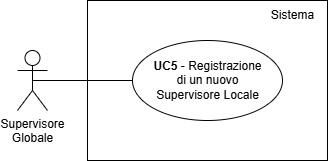
Above: documents/rtb/assets/UC5.png in teamcodealchemists/docs (draw.io), before the change. Source tidied: cells renumbered, new cells last; positions are measured from the earlier drawing's top-left corner, leaving out a move shared by most shapes. Source of this version:
```xml
<mxGraphModel>
  <root>
    <mxCell id="0" />
    <mxCell id="1" parent="0" />
    <mxCell id="2" value="Supervisore&lt;div&gt;Globale&lt;/div&gt;" style="shape=umlActor;verticalLabelPosition=bottom;verticalAlign=top;html=1;outlineConnect=0;" parent="1" vertex="1">
      <mxGeometry y="50" width="30" height="60" as="geometry" />
    </mxCell>
    <mxCell id="3" style="rounded=0;whiteSpace=wrap;html=1;" parent="1" vertex="1">
      <mxGeometry x="70" width="240" height="160" as="geometry" />
    </mxCell>
    <mxCell id="4" value="Sistema" style="text;html=1;align=center;verticalAlign=middle;strokeColor=none;fillColor=none;" parent="1" vertex="1">
      <mxGeometry x="240" width="70" height="30" as="geometry" />
    </mxCell>
    <mxCell id="5" style="ellipse;whiteSpace=wrap;html=1;fontStyle=1;" parent="1" vertex="1">
      <mxGeometry x="115" y="40" width="150" height="80" as="geometry" />
    </mxCell>
    <mxCell id="6" value="&lt;b&gt;UC5 &lt;/b&gt;- Registrazione&lt;div&gt;di&amp;nbsp;&lt;span style=&quot;background-color: transparent; color: light-dark(rgb(0, 0, 0), rgb(255, 255, 255));&quot;&gt;un nuovo&lt;/span&gt;&lt;/div&gt;&lt;div&gt;Supervisore Locale&lt;/div&gt;" style="text;html=1;align=center;verticalAlign=middle;strokeColor=none;fillColor=none;" parent="1" vertex="1">
      <mxGeometry x="125" y="50" width="130" height="60" as="geometry" />
    </mxCell>
    <mxCell id="7" style="endArrow=none;html=1;rounded=0;entryX=0;entryY=0.5;entryDx=0;entryDy=0;exitX=0.5;exitY=0.5;exitDx=0;exitDy=0;exitPerimeter=0;" parent="1" edge="1" source="2" target="5">
      <mxGeometry relative="1" as="geometry" />
    </mxCell>
  </root>
</mxGraphModel>
```
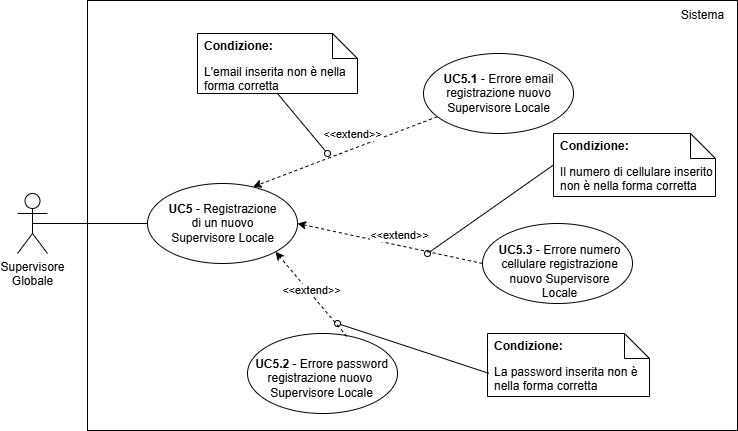
Later version of the same file.

What changed in the source:
```diff
@@ -3,22 +3,97 @@
     <mxCell id="0" />
     <mxCell id="1" parent="0" />
     <mxCell id="2" value="Supervisore&lt;div&gt;Globale&lt;/div&gt;" style="shape=umlActor;verticalLabelPosition=bottom;verticalAlign=top;html=1;outlineConnect=0;" parent="1" vertex="1">
-      <mxGeometry y="50" width="30" height="60" as="geometry" />
+      <mxGeometry x="-220" y="140" width="30" height="60" as="geometry" />
     </mxCell>
     <mxCell id="3" style="rounded=0;whiteSpace=wrap;html=1;" parent="1" vertex="1">
-      <mxGeometry x="70" width="240" height="160" as="geometry" />
+      <mxGeometry x="-150" y="-53" width="650" height="430" as="geometry" />
     </mxCell>
     <mxCell id="4" value="Sistema" style="text;html=1;align=center;verticalAlign=middle;strokeColor=none;fillColor=none;" parent="1" vertex="1">
-      <mxGeometry x="240" width="70" height="30" as="geometry" />
+      <mxGeometry x="430" y="-53" width="70" height="30" as="geometry" />
     </mxCell>
     <mxCell id="5" style="ellipse;whiteSpace=wrap;html=1;fontStyle=1;" parent="1" vertex="1">
-      <mxGeometry x="115" y="40" width="150" height="80" as="geometry" />
+      <mxGeometry x="-90" y="130" width="150" height="80" as="geometry" />
     </mxCell>
     <mxCell id="6" value="&lt;b&gt;UC5 &lt;/b&gt;- Registrazione&lt;div&gt;di&amp;nbsp;&lt;span style=&quot;background-color: transparent; color: light-dark(rgb(0, 0, 0), rgb(255, 255, 255));&quot;&gt;un nuovo&lt;/span&gt;&lt;/div&gt;&lt;div&gt;Supervisore Locale&lt;/div&gt;" style="text;html=1;align=center;verticalAlign=middle;strokeColor=none;fillColor=none;" parent="1" vertex="1">
-      <mxGeometry x="125" y="50" width="130" height="60" as="geometry" />
+      <mxGeometry x="-80" y="140" width="130" height="60" as="geometry" />
     </mxCell>
     <mxCell id="7" style="endArrow=none;html=1;rounded=0;entryX=0;entryY=0.5;entryDx=0;entryDy=0;exitX=0.5;exitY=0.5;exitDx=0;exitDy=0;exitPerimeter=0;" parent="1" edge="1" source="2" target="5">
       <mxGeometry relative="1" as="geometry" />
     </mxCell>
+    <mxCell id="8" style="rounded=0;jettySize=auto;html=1;entryX=0.704;entryY=0.041;entryDx=0;entryDy=0;dashed=1;entryPerimeter=0;" parent="1" edge="1" source="10" target="5">
+      <mxGeometry relative="1" as="geometry" />
+    </mxCell>
+    <mxCell id="9" value="&amp;lt;&amp;lt;extend&amp;gt;&amp;gt;" style="edgeLabel;html=1;align=center;verticalAlign=middle;" parent="8" vertex="1">
+      <mxGeometry x="-0.17" y="-3" relative="1" as="geometry">
+        <mxPoint x="-8" y="-9" as="offset" />
+      </mxGeometry>
+    </mxCell>
+    <mxCell id="10" style="ellipse;whiteSpace=wrap;html=1;fontStyle=1;" parent="1" vertex="1">
+      <mxGeometry x="186" width="150" height="80" as="geometry" />
+    </mxCell>
+    <mxCell id="11" value="&lt;b&gt;UC5.1&amp;nbsp;&lt;/b&gt;- Errore email&lt;div&gt;registrazione nuovo&lt;/div&gt;&lt;div&gt;Supervisore Locale&lt;/div&gt;" style="text;html=1;align=center;verticalAlign=middle;strokeColor=none;fillColor=none;" parent="1" vertex="1">
+      <mxGeometry x="196" y="10" width="130" height="60" as="geometry" />
+    </mxCell>
+    <mxCell id="12" value="L'email inserita non è nella forma corretta" style="shape=note2;boundedLbl=1;whiteSpace=wrap;html=1;size=25;verticalAlign=top;align=left;spacingLeft=5;" parent="1" vertex="1">
+      <mxGeometry x="-40" y="-20" width="160" height="60" as="geometry" />
+    </mxCell>
+    <mxCell id="13" value="&lt;b&gt;Condizione:&lt;/b&gt;" style="strokeColor=none;fillColor=none;align=left;spacingLeft=5;whiteSpace=wrap;html=1;" parent="12" vertex="1">
+      <mxGeometry width="160" height="25" relative="1" as="geometry" />
+    </mxCell>
+    <mxCell id="14" style="rounded=0;jettySize=auto;html=1;endArrow=oval;endFill=0;exitX=0.5;exitY=1;exitDx=0;exitDy=0;exitPerimeter=0;" parent="1" edge="1" source="12">
+      <mxGeometry relative="1" as="geometry">
+        <mxPoint x="90" y="100" as="targetPoint" />
+      </mxGeometry>
+    </mxCell>
+    <mxCell id="15" style="ellipse;whiteSpace=wrap;html=1;fontStyle=1;" parent="1" vertex="1">
+      <mxGeometry x="245" y="170" width="150" height="80" as="geometry" />
+    </mxCell>
+    <mxCell id="16" value="&lt;b&gt;UC5.3&amp;nbsp;&lt;/b&gt;- Errore numero&lt;div&gt;cellulare registrazione&lt;/div&gt;&lt;div&gt;nuovo Supervisore&lt;/div&gt;&lt;div&gt;Locale&lt;/div&gt;" style="text;html=1;align=center;verticalAlign=middle;strokeColor=none;fillColor=none;" parent="1" vertex="1">
+      <mxGeometry x="247" y="183" width="150" height="70" as="geometry" />
+    </mxCell>
+    <mxCell id="17" value="La password inserita non è nella forma corretta" style="shape=note2;boundedLbl=1;whiteSpace=wrap;html=1;size=25;verticalAlign=top;align=left;spacingLeft=5;" parent="1" vertex="1">
+      <mxGeometry x="250" y="280" width="162" height="63" as="geometry" />
+    </mxCell>
+    <mxCell id="18" value="&lt;b&gt;Condizione:&lt;/b&gt;" style="strokeColor=none;fillColor=none;align=left;spacingLeft=5;whiteSpace=wrap;html=1;" parent="17" vertex="1">
+      <mxGeometry width="162" height="25" relative="1" as="geometry" />
+    </mxCell>
+    <mxCell id="19" style="ellipse;whiteSpace=wrap;html=1;fontStyle=1;" parent="1" vertex="1">
+      <mxGeometry x="10" y="280" width="150" height="80" as="geometry" />
+    </mxCell>
+    <mxCell id="20" value="&lt;b&gt;UC5.2&amp;nbsp;&lt;/b&gt;- Errore password&lt;div&gt;registrazione nuovo&amp;nbsp;&lt;/div&gt;&lt;div&gt;Supervisore Locale&lt;/div&gt;" style="text;html=1;align=center;verticalAlign=middle;strokeColor=none;fillColor=none;" parent="1" vertex="1">
+      <mxGeometry x="4" y="295" width="160" height="60" as="geometry" />
+    </mxCell>
+    <mxCell id="21" style="rounded=0;jettySize=auto;html=1;entryX=1;entryY=0.5;entryDx=0;entryDy=0;dashed=1;exitX=0;exitY=0.5;exitDx=0;exitDy=0;" parent="1" edge="1" source="15" target="5">
+      <mxGeometry relative="1" as="geometry" />
+    </mxCell>
+    <mxCell id="22" value="&amp;lt;&amp;lt;extend&amp;gt;&amp;gt;" style="edgeLabel;html=1;align=center;verticalAlign=middle;" parent="21" vertex="1">
+      <mxGeometry x="-0.17" y="-3" relative="1" as="geometry">
+        <mxPoint x="-8" y="-9" as="offset" />
+      </mxGeometry>
+    </mxCell>
+    <mxCell id="23" style="rounded=0;jettySize=auto;html=1;dashed=1;exitX=0.662;exitY=0.036;exitDx=0;exitDy=0;entryX=1;entryY=1;entryDx=0;entryDy=0;exitPerimeter=0;" parent="1" edge="1" source="19" target="5">
+      <mxGeometry relative="1" as="geometry" />
+    </mxCell>
+    <mxCell id="24" value="&amp;lt;&amp;lt;extend&amp;gt;&amp;gt;" style="edgeLabel;html=1;align=center;verticalAlign=middle;" parent="23" vertex="1">
+      <mxGeometry x="-0.17" y="-3" relative="1" as="geometry">
+        <mxPoint x="-8" y="-9" as="offset" />
+      </mxGeometry>
+    </mxCell>
+    <mxCell id="25" style="rounded=0;jettySize=auto;html=1;endArrow=oval;endFill=0;exitX=0.009;exitY=0.633;exitDx=0;exitDy=0;exitPerimeter=0;" parent="1" edge="1" source="17">
+      <mxGeometry relative="1" as="geometry">
+        <mxPoint x="100" y="270" as="targetPoint" />
+      </mxGeometry>
+    </mxCell>
+    <mxCell id="26" value="Il numero di cellulare inserito non è nella forma corretta" style="shape=note2;boundedLbl=1;whiteSpace=wrap;html=1;size=25;verticalAlign=top;align=left;spacingLeft=5;" parent="1" vertex="1">
+      <mxGeometry x="316" y="80" width="162" height="63" as="geometry" />
+    </mxCell>
+    <mxCell id="27" value="&lt;b&gt;Condizione:&lt;/b&gt;" style="strokeColor=none;fillColor=none;align=left;spacingLeft=5;whiteSpace=wrap;html=1;" parent="26" vertex="1">
+      <mxGeometry width="162" height="25" relative="1" as="geometry" />
+    </mxCell>
+    <mxCell id="28" style="rounded=0;jettySize=auto;html=1;endArrow=oval;endFill=0;exitX=0;exitY=0.5;exitDx=0;exitDy=0;exitPerimeter=0;" parent="1" edge="1" source="26">
+      <mxGeometry relative="1" as="geometry">
+        <mxPoint x="190" y="200" as="targetPoint" />
+      </mxGeometry>
+    </mxCell>
   </root>
 </mxGraphModel>
```
